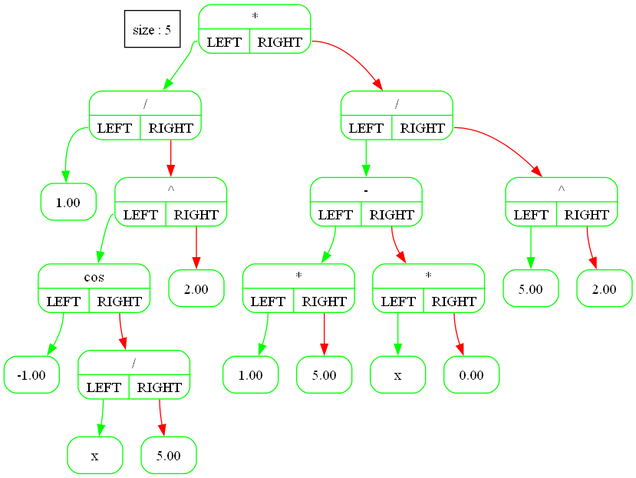
Earlier version of the Graphviz export files/Tree_graph3.png (A-Elbereth-Gilthoniel/Differentiator). Its source is kept beside it as files/Tree_graph3.dot. The source it was exported from:
```dot
digraph G {
  tree [shape=box ; stryle=rounded ; label="size : 5"];
  edge [color=black];
  node [shape=record ; style=rounded ; color=green];
14909528 [label="{*|{<YES>LEFT|<NO>RIGHT}}"];
14911128 [label="{/|{<YES>LEFT|<NO>RIGHT}}"];
14910568 [label="{1.00}"];
14910608 [label="{^|{<YES>LEFT|<NO>RIGHT}}"];
14911448 [label="{cos|{<YES>LEFT|<NO>RIGHT}}"];
14911288 [label="{-1.00}"];
14910328 [label="{/|{<YES>LEFT|<NO>RIGHT}}"];
14911488 [label="{x}"];
14910448 [label="{5.00}"];
14910648 [label="{2.00}"];
14909248 [label="{/|{<YES>LEFT|<NO>RIGHT}}"];
14910128 [label="{-|{<YES>LEFT|<NO>RIGHT}}"];
14909288 [label="{*|{<YES>LEFT|<NO>RIGHT}}"];
14909448 [label="{1.00}"];
14909568 [label="{5.00}"];
14909648 [label="{*|{<YES>LEFT|<NO>RIGHT}}"];
14909768 [label="{x}"];
14910528 [label="{0.00}"];
14910488 [label="{^|{<YES>LEFT|<NO>RIGHT}}"];
14910928 [label="{5.00}"];
14911088 [label="{2.00}"];
14909528:<YES> -> 14911128 [color=green];
14911128:<YES> -> 14910568 [color=green];
14911128:<NO> -> 14910608 [color=red];
14910608:<YES> -> 14911448 [color=green];
14911448:<YES> -> 14911288 [color=green];
14911448:<NO> -> 14910328 [color=red];
14910328:<YES> -> 14911488 [color=green];
14910328:<NO> -> 14910448 [color=red];
14910608:<NO> -> 14910648 [color=red];
14909528:<NO> -> 14909248 [color=red];
14909248:<YES> -> 14910128 [color=green];
14910128:<YES> -> 14909288 [color=green];
14909288:<YES> -> 14909448 [color=green];
14909288:<NO> -> 14909568 [color=red];
14910128:<NO> -> 14909648 [color=red];
14909648:<YES> -> 14909768 [color=green];
14909648:<NO> -> 14910528 [color=red];
14909248:<NO> -> 14910488 [color=red];
14910488:<YES> -> 14910928 [color=green];
14910488:<NO> -> 14911088 [color=red];
}
```
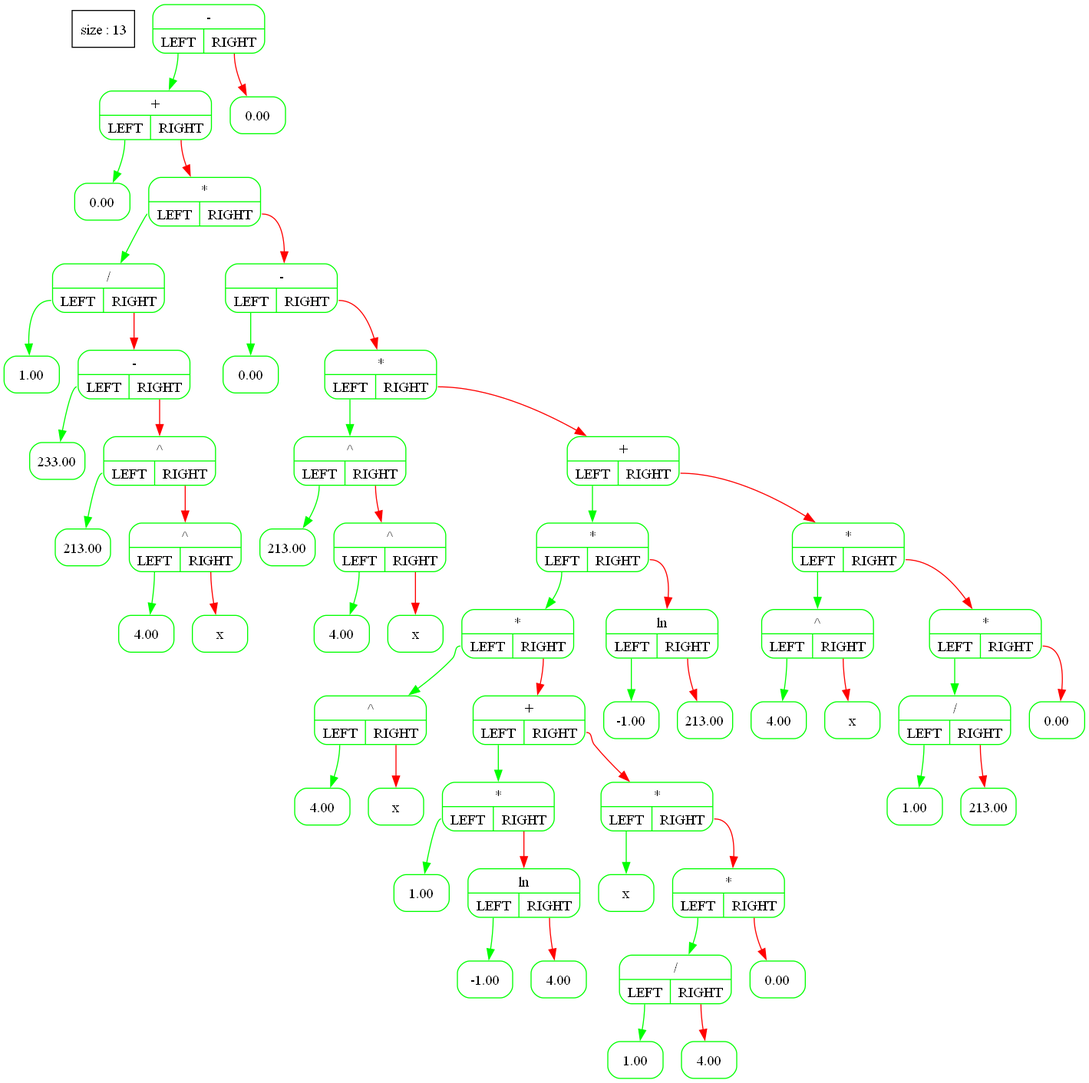
Above is the later version.

What changed in the source:
```diff
@@ -1,46 +1,110 @@
 digraph G {
-  tree [shape=box ; stryle=rounded ; label="size : 5"];
+  tree [shape=box ; stryle=rounded ; label="size : 13"];
   edge [color=black];
   node [shape=record ; style=rounded ; color=green];
-14909528 [label="{*|{<YES>LEFT|<NO>RIGHT}}"];
-14911128 [label="{/|{<YES>LEFT|<NO>RIGHT}}"];
-14910568 [label="{1.00}"];
-14910608 [label="{^|{<YES>LEFT|<NO>RIGHT}}"];
-14911448 [label="{cos|{<YES>LEFT|<NO>RIGHT}}"];
-14911288 [label="{-1.00}"];
-14910328 [label="{/|{<YES>LEFT|<NO>RIGHT}}"];
-14911488 [label="{x}"];
-14910448 [label="{5.00}"];
-14910648 [label="{2.00}"];
-14909248 [label="{/|{<YES>LEFT|<NO>RIGHT}}"];
-14910128 [label="{-|{<YES>LEFT|<NO>RIGHT}}"];
-14909288 [label="{*|{<YES>LEFT|<NO>RIGHT}}"];
-14909448 [label="{1.00}"];
-14909568 [label="{5.00}"];
-14909648 [label="{*|{<YES>LEFT|<NO>RIGHT}}"];
-14909768 [label="{x}"];
-14910528 [label="{0.00}"];
-14910488 [label="{^|{<YES>LEFT|<NO>RIGHT}}"];
-14910928 [label="{5.00}"];
-14911088 [label="{2.00}"];
-14909528:<YES> -> 14911128 [color=green];
-14911128:<YES> -> 14910568 [color=green];
-14911128:<NO> -> 14910608 [color=red];
-14910608:<YES> -> 14911448 [color=green];
-14911448:<YES> -> 14911288 [color=green];
-14911448:<NO> -> 14910328 [color=red];
-14910328:<YES> -> 14911488 [color=green];
-14910328:<NO> -> 14910448 [color=red];
-14910608:<NO> -> 14910648 [color=red];
-14909528:<NO> -> 14909248 [color=red];
-14909248:<YES> -> 14910128 [color=green];
-14910128:<YES> -> 14909288 [color=green];
-14909288:<YES> -> 14909448 [color=green];
-14909288:<NO> -> 14909568 [color=red];
-14910128:<NO> -> 14909648 [color=red];
-14909648:<YES> -> 14909768 [color=green];
-14909648:<NO> -> 14910528 [color=red];
-14909248:<NO> -> 14910488 [color=red];
-14910488:<YES> -> 14910928 [color=green];
-14910488:<NO> -> 14911088 [color=red];
+14717528 [label="{-|{<YES>LEFT|<NO>RIGHT}}"];
+14716368 [label="{+|{<YES>LEFT|<NO>RIGHT}}"];
+14716328 [label="{0.00}"];
+14716528 [label="{*|{<YES>LEFT|<NO>RIGHT}}"];
+14716568 [label="{/|{<YES>LEFT|<NO>RIGHT}}"];
+14718704 [label="{1.00}"];
+14718824 [label="{-|{<YES>LEFT|<NO>RIGHT}}"];
+14718024 [label="{233.00}"];
+14718384 [label="{^|{<YES>LEFT|<NO>RIGHT}}"];
+14719024 [label="{213.00}"];
+14718064 [label="{^|{<YES>LEFT|<NO>RIGHT}}"];
+14717784 [label="{4.00}"];
+14718624 [label="{x}"];
+14718864 [label="{-|{<YES>LEFT|<NO>RIGHT}}"];
+14718784 [label="{0.00}"];
+14718144 [label="{*|{<YES>LEFT|<NO>RIGHT}}"];
+14718224 [label="{^|{<YES>LEFT|<NO>RIGHT}}"];
+14717864 [label="{213.00}"];
+14718264 [label="{^|{<YES>LEFT|<NO>RIGHT}}"];
+14717984 [label="{4.00}"];
+14718304 [label="{x}"];
+14719424 [label="{+|{<YES>LEFT|<NO>RIGHT}}"];
+14719184 [label="{*|{<YES>LEFT|<NO>RIGHT}}"];
+14719584 [label="{*|{<YES>LEFT|<NO>RIGHT}}"];
+14719304 [label="{^|{<YES>LEFT|<NO>RIGHT}}"];
+14719624 [label="{4.00}"];
+14719144 [label="{x}"];
+14721160 [label="{+|{<YES>LEFT|<NO>RIGHT}}"];
+14721560 [label="{*|{<YES>LEFT|<NO>RIGHT}}"];
+14721120 [label="{1.00}"];
+14721800 [label="{ln|{<YES>LEFT|<NO>RIGHT}}"];
+14721640 [label="{-1.00}"];
+14721240 [label="{4.00}"];
+14721760 [label="{*|{<YES>LEFT|<NO>RIGHT}}"];
+14721200 [label="{x}"];
+14721520 [label="{*|{<YES>LEFT|<NO>RIGHT}}"];
+14721600 [label="{/|{<YES>LEFT|<NO>RIGHT}}"];
+14721680 [label="{1.00}"];
+14721480 [label="{4.00}"];
+14721720 [label="{0.00}"];
+14719504 [label="{ln|{<YES>LEFT|<NO>RIGHT}}"];
+14719544 [label="{-1.00}"];
+14719664 [label="{213.00}"];
+14719464 [label="{*|{<YES>LEFT|<NO>RIGHT}}"];
+14720000 [label="{^|{<YES>LEFT|<NO>RIGHT}}"];
+14720960 [label="{4.00}"];
+14720840 [label="{x}"];
+14720560 [label="{*|{<YES>LEFT|<NO>RIGHT}}"];
+14719880 [label="{/|{<YES>LEFT|<NO>RIGHT}}"];
+14719920 [label="{1.00}"];
+14721080 [label="{213.00}"];
+14720720 [label="{0.00}"];
+14720240 [label="{0.00}"];
+14717528:<YES> -> 14716368 [color=green];
+14716368:<YES> -> 14716328 [color=green];
+14716368:<NO> -> 14716528 [color=red];
+14716528:<YES> -> 14716568 [color=green];
+14716568:<YES> -> 14718704 [color=green];
+14716568:<NO> -> 14718824 [color=red];
+14718824:<YES> -> 14718024 [color=green];
+14718824:<NO> -> 14718384 [color=red];
+14718384:<YES> -> 14719024 [color=green];
+14718384:<NO> -> 14718064 [color=red];
+14718064:<YES> -> 14717784 [color=green];
+14718064:<NO> -> 14718624 [color=red];
+14716528:<NO> -> 14718864 [color=red];
+14718864:<YES> -> 14718784 [color=green];
+14718864:<NO> -> 14718144 [color=red];
+14718144:<YES> -> 14718224 [color=green];
+14718224:<YES> -> 14717864 [color=green];
+14718224:<NO> -> 14718264 [color=red];
+14718264:<YES> -> 14717984 [color=green];
+14718264:<NO> -> 14718304 [color=red];
+14718144:<NO> -> 14719424 [color=red];
+14719424:<YES> -> 14719184 [color=green];
+14719184:<YES> -> 14719584 [color=green];
+14719584:<YES> -> 14719304 [color=green];
+14719304:<YES> -> 14719624 [color=green];
+14719304:<NO> -> 14719144 [color=red];
+14719584:<NO> -> 14721160 [color=red];
+14721160:<YES> -> 14721560 [color=green];
+14721560:<YES> -> 14721120 [color=green];
+14721560:<NO> -> 14721800 [color=red];
+14721800:<YES> -> 14721640 [color=green];
+14721800:<NO> -> 14721240 [color=red];
+14721160:<NO> -> 14721760 [color=red];
+14721760:<YES> -> 14721200 [color=green];
+14721760:<NO> -> 14721520 [color=red];
+14721520:<YES> -> 14721600 [color=green];
+14721600:<YES> -> 14721680 [color=green];
+14721600:<NO> -> 14721480 [color=red];
+14721520:<NO> -> 14721720 [color=red];
+14719184:<NO> -> 14719504 [color=red];
+14719504:<YES> -> 14719544 [color=green];
+14719504:<NO> -> 14719664 [color=red];
+14719424:<NO> -> 14719464 [color=red];
+14719464:<YES> -> 14720000 [color=green];
+14720000:<YES> -> 14720960 [color=green];
+14720000:<NO> -> 14720840 [color=red];
+14719464:<NO> -> 14720560 [color=red];
+14720560:<YES> -> 14719880 [color=green];
+14719880:<YES> -> 14719920 [color=green];
+14719880:<NO> -> 14721080 [color=red];
+14720560:<NO> -> 14720720 [color=red];
+14717528:<NO> -> 14720240 [color=red];
 }
```
